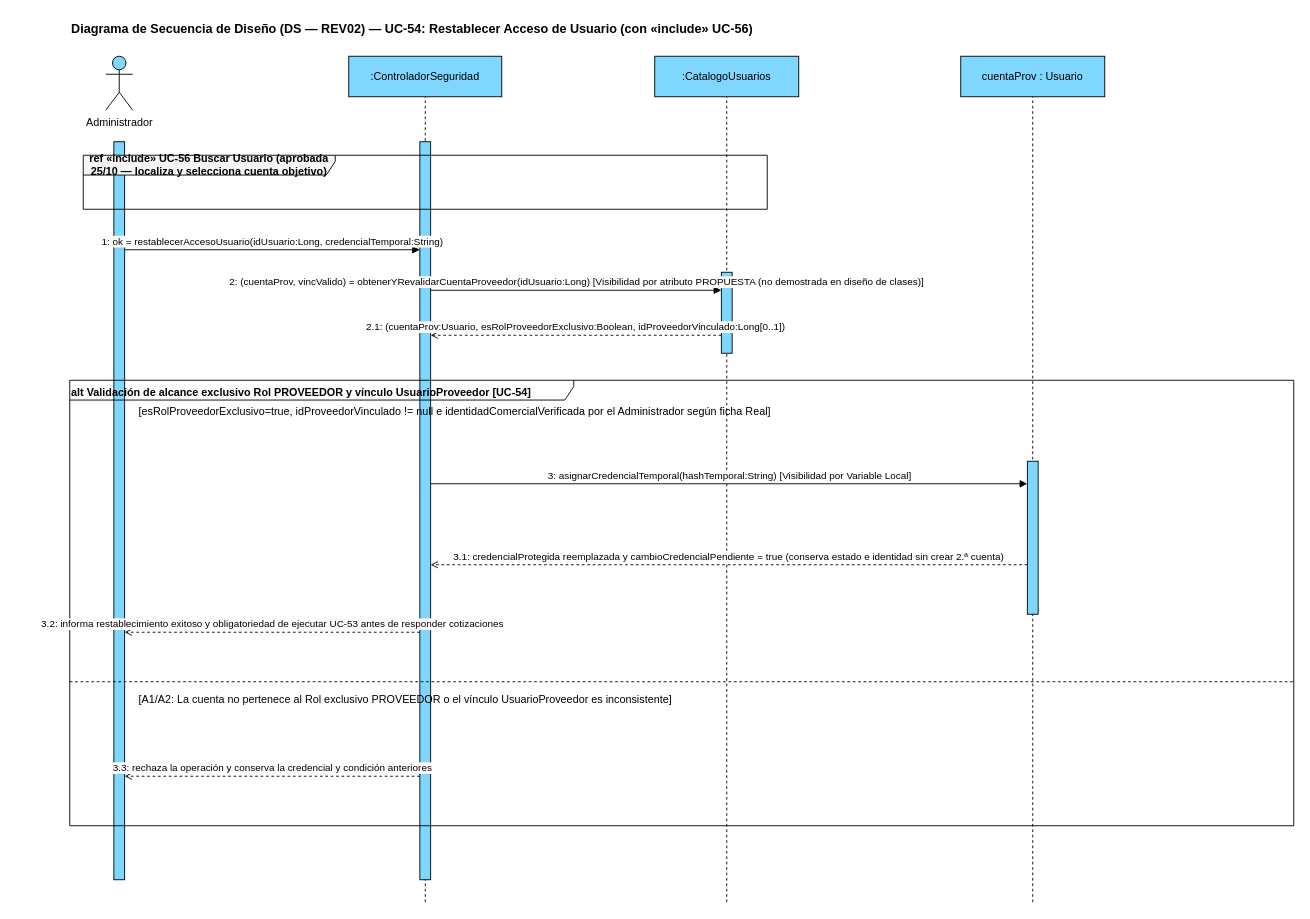
This is page "DS UC-54 Restablecer Acceso (REV02)" (5 of 7) of docs/08-diagramas/revision/REV02_SEGURIDAD/propuestos/DS_REV02_SEGURIDAD_CORREGIDO.drawio.xml from leandrito369/ale-milanesas, a draw.io file, before an edit. Source tidied: cells renumbered, new cells numbered last; positions are measured from the earlier drawing's top-left corner, leaving out a move shared by most shapes. Both pictures are drawn from the tidied source at 90%, with x=0, y=0 at pixel (69, 15).
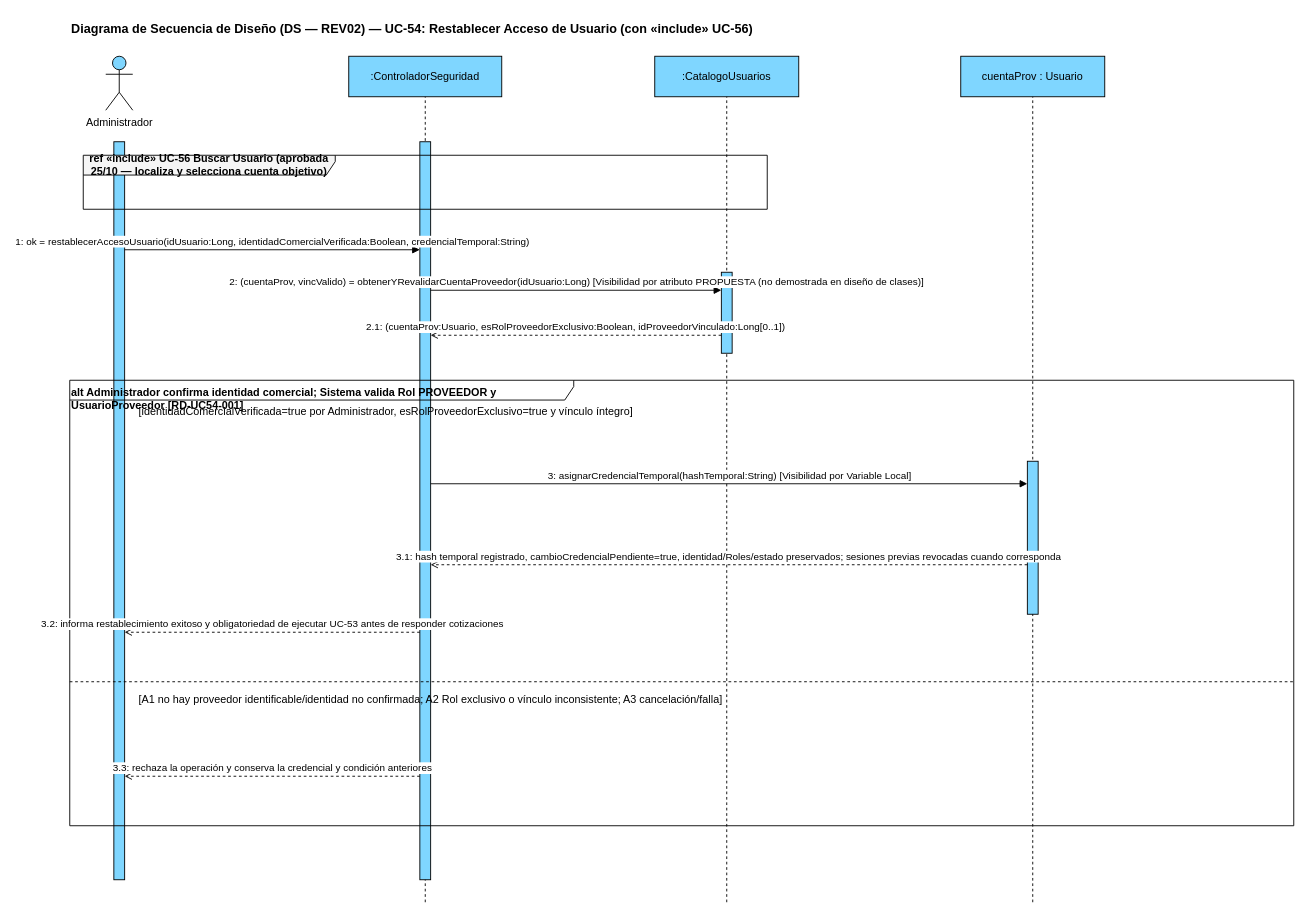
The same page after the edit.

The edit, as a diff of the source:
```diff
@@
-    <mxCell id="15" value="1: ok = restablecerAccesoUsuario(idUsuario:Long, credencialTemporal:String)" style="html=1;verticalAlign=bottom;endArrow=block;endFill=1;strokeColor=#000000;" parent="1" edge="1">
+    <mxCell id="15" value="1: ok = restablecerAccesoUsuario(idUsuario:Long, identidadComercialVerificada:Boolean, credencialTemporal:String)" style="html=1;verticalAlign=bottom;endArrow=block;endFill=1;strokeColor=#000000;" parent="1" edge="1">
       <mxGeometry relative="1" as="geometry">
         <mxPoint x="61" y="260" as="sourcePoint" />
         <mxPoint x="389" y="260" as="targetPoint" />
       </mxGeometry>
     </mxCell>
@@
-    <mxCell id="18" value="alt Validación de alcance exclusivo Rol PROVEEDOR y vínculo UsuarioProveedor [UC-54]" style="shape=umlFrame;whiteSpace=wrap;html=1;width=560;height=22;fillColor=none;strokeColor=#000000;align=left;verticalAlign=top;fontStyle=1;" parent="1" vertex="1">
+    <mxCell id="18" value="alt Administrador confirma identidad comercial; Sistema valida Rol PROVEEDOR y UsuarioProveedor [RD-UC54-001]" style="shape=umlFrame;whiteSpace=wrap;html=1;width=560;height=22;fillColor=none;strokeColor=#000000;align=left;verticalAlign=top;fontStyle=1;" parent="1" vertex="1">
       <mxGeometry y="405" width="1360" height="495" as="geometry" />
     </mxCell>
-    <mxCell id="19" value="[esRolProveedorExclusivo=true, idProveedorVinculado != null e identidadComercialVerificada por el Administrador según ficha Real]" style="text;html=1;strokeColor=none;fillColor=none;align=left;verticalAlign=middle;" parent="1" vertex="1">
+    <mxCell id="19" value="[identidadComercialVerificada=true por Administrador, esRolProveedorExclusivo=true y vínculo íntegro]" style="text;html=1;strokeColor=none;fillColor=none;align=left;verticalAlign=middle;" parent="1" vertex="1">
       <mxGeometry x="75" y="430" width="520" height="20" as="geometry" />
     </mxCell>
@@
-    <mxCell id="21" value="3.1: credencialProtegida reemplazada y cambioCredencialPendiente = true (conserva estado e identidad sin crear 2.ª cuenta)" style="html=1;verticalAlign=bottom;endArrow=open;dashed=1;endFill=0;strokeColor=#000000;" parent="1" edge="1">
+    <mxCell id="21" value="3.1: hash temporal registrado, cambioCredencialPendiente=true, identidad/Roles/estado preservados; sesiones previas revocadas cuando corresponda" style="html=1;verticalAlign=bottom;endArrow=open;dashed=1;endFill=0;strokeColor=#000000;" parent="1" edge="1">
       <mxGeometry relative="1" as="geometry">
         <mxPoint x="1064" y="610" as="sourcePoint" />
         <mxPoint x="401" y="610" as="targetPoint" />
       </mxGeometry>
     </mxCell>
@@
-    <mxCell id="24" value="[A1/A2: La cuenta no pertenece al Rol exclusivo PROVEEDOR o el vínculo UsuarioProveedor es inconsistente]" style="text;html=1;strokeColor=none;fillColor=none;align=left;verticalAlign=middle;" parent="1" vertex="1">
+    <mxCell id="24" value="[A1 no hay proveedor identificable/identidad no confirmada; A2 Rol exclusivo o vínculo inconsistente; A3 cancelación/falla]" style="text;html=1;strokeColor=none;fillColor=none;align=left;verticalAlign=middle;" parent="1" vertex="1">
       <mxGeometry x="75" y="750" width="680" height="20" as="geometry" />
     </mxCell>
```
